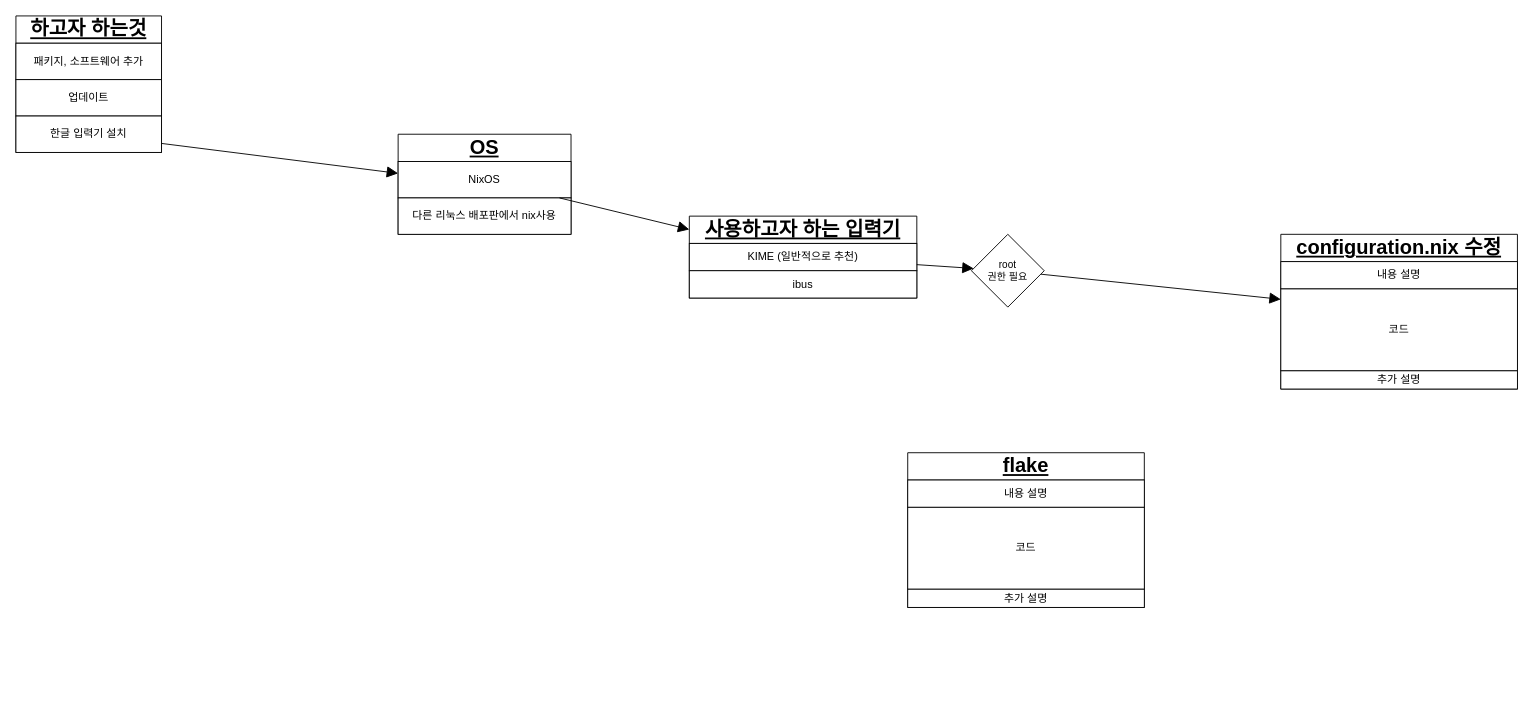
Earlier version of the draw.io diagram ex.drawio (k111s222/knix-decision-tree). Source tidied: cells renumbered, new cells numbered last; positions are measured from the earlier drawing's top-left corner, leaving out a move shared by most shapes. Both pictures are drawn from the tidied source at 91%, with x=0, y=0 at pixel (15, 15).
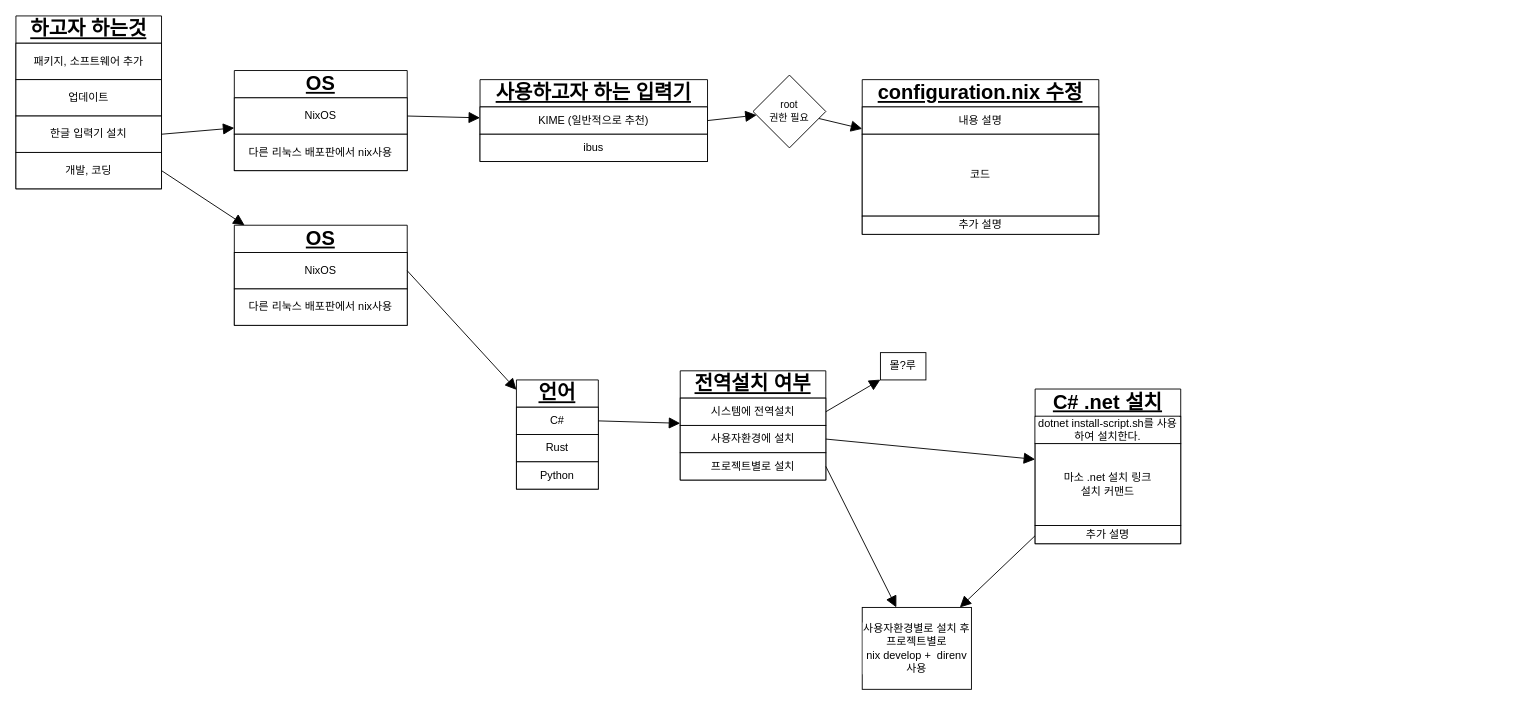
After the change.

The change refers to these unchanged cells:
```xml
<mxCell id="5" value="한글 입력기 설치" style="rounded=0;whiteSpace=wrap;html=1;" parent="2" vertex="1">
  <mxGeometry y="110" width="160" height="40" as="geometry" />
</mxCell>
<mxCell id="8" value="NixOS" style="rounded=0;whiteSpace=wrap;html=1;" parent="7" vertex="1">
  <mxGeometry y="30" width="190" height="40" as="geometry" />
</mxCell>
<mxCell id="14" value="KIME (일반적으로 추천)" style="rounded=0;whiteSpace=wrap;html=1;fontSize=12;" parent="13" vertex="1">
  <mxGeometry y="30" width="250" height="30" as="geometry" />
</mxCell>
```

Diff of the diagram source:
```diff
@@
     <mxCell id="2" value="하고자 하는것" style="swimlane;fontStyle=5;horizontal=1;startSize=30;whiteSpace=wrap;fontSize=22;html=1;spacing=2;" parent="1" vertex="1">
-      <mxGeometry width="160" height="150" as="geometry" />
+      <mxGeometry width="160" height="190" as="geometry" />
     </mxCell>
@@
+    <mxCell id="25" value="개발, 코딩" style="rounded=0;whiteSpace=wrap;html=1;" parent="2" vertex="1">
+      <mxGeometry y="150" width="160" height="40" as="geometry" />
+    </mxCell>
-    <mxCell id="6" style="rounded=0;jettySize=auto;html=1;endArrow=block;endFill=1;endSize=10;" parent="1" edge="1" source="5" target="7">
+    <mxCell id="6" style="rounded=0;jettySize=auto;html=1;endArrow=block;endFill=1;endSize=10;exitX=1;exitY=0.5;exitDx=0;exitDy=0;" parent="1" edge="1" source="5" target="7">
       <mxGeometry relative="1" as="geometry" />
     </mxCell>
     <mxCell id="7" value="&lt;div&gt;OS&lt;/div&gt;" style="swimlane;fontStyle=5;horizontal=1;startSize=30;whiteSpace=wrap;fontSize=22;html=1;spacing=2;" parent="1" vertex="1">
-      <mxGeometry x="420" y="130" width="190" height="110" as="geometry" />
+      <mxGeometry x="240" y="60" width="190" height="110" as="geometry" />
     </mxCell>
@@
-    <mxCell id="10" style="edgeStyle=none;shape=connector;rounded=0;jettySize=auto;html=1;strokeColor=default;align=center;verticalAlign=middle;fontFamily=Helvetica;fontSize=11;fontColor=default;labelBackgroundColor=default;endArrow=block;endFill=1;endSize=10;" parent="1" edge="1" source="8" target="13">
+    <mxCell id="10" style="edgeStyle=none;shape=connector;rounded=0;jettySize=auto;html=1;strokeColor=default;align=center;verticalAlign=middle;fontFamily=Helvetica;fontSize=11;fontColor=default;labelBackgroundColor=default;endArrow=block;endFill=1;endSize=10;exitX=1;exitY=0.5;exitDx=0;exitDy=0;" parent="1" edge="1" source="8" target="13">
       <mxGeometry relative="1" as="geometry" />
     </mxCell>
@@
     <mxCell id="12" value="root&lt;div&gt;권한 필요&lt;/div&gt;" style="rhombus;whiteSpace=wrap;html=1;fontFamily=Helvetica;fontSize=11;fontColor=default;labelBackgroundColor=default;" parent="1" vertex="1">
-      <mxGeometry x="1050" y="240" width="80" height="80" as="geometry" />
+      <mxGeometry x="810" y="65" width="80" height="80" as="geometry" />
     </mxCell>
     <mxCell id="13" value="사용하고자 하는 입력기" style="swimlane;fontStyle=5;horizontal=1;startSize=30;whiteSpace=wrap;fontSize=22;html=1;spacing=2;" parent="1" vertex="1">
-      <mxGeometry x="740" y="220" width="250" height="90" as="geometry" />
+      <mxGeometry x="510" y="70" width="250" height="90" as="geometry" />
     </mxCell>
@@
     <mxCell id="16" value="configuration.nix 수정" style="swimlane;fontStyle=5;horizontal=1;startSize=30;whiteSpace=wrap;fontSize=22;html=1;spacing=2;" parent="1" vertex="1">
-      <mxGeometry x="1390" y="240" width="260" height="170" as="geometry" />
+      <mxGeometry x="930" y="70" width="260" height="170" as="geometry" />
     </mxCell>
@@
-    <mxCell id="20" style="edgeStyle=none;shape=connector;rounded=0;jettySize=auto;html=1;strokeColor=default;align=center;verticalAlign=middle;fontFamily=Helvetica;fontSize=11;fontColor=default;labelBackgroundColor=default;endArrow=block;endFill=1;endSize=10;" parent="1" edge="1" source="14" target="12">
+    <mxCell id="20" style="edgeStyle=none;shape=connector;rounded=0;jettySize=auto;html=1;strokeColor=default;align=center;verticalAlign=middle;fontFamily=Helvetica;fontSize=11;fontColor=default;labelBackgroundColor=default;endArrow=block;endFill=1;endSize=10;exitX=1;exitY=0.5;exitDx=0;exitDy=0;" parent="1" edge="1" source="14" target="12">
       <mxGeometry relative="1" as="geometry" />
     </mxCell>
-    <mxCell id="21" value="flake" style="swimlane;fontStyle=5;horizontal=1;startSize=30;whiteSpace=wrap;fontSize=22;html=1;spacing=2;" parent="1" vertex="1">
-      <mxGeometry x="980" y="480" width="260" height="170" as="geometry" />
+    <mxCell id="21" value="언어" style="swimlane;fontStyle=5;horizontal=1;startSize=30;whiteSpace=wrap;fontSize=22;html=1;spacing=2;" parent="1" vertex="1">
+      <mxGeometry x="550" y="400" width="90" height="120" as="geometry" />
     </mxCell>
-    <mxCell id="22" value="내용 설명" style="rounded=0;whiteSpace=wrap;html=1;fontSize=12;" parent="21" vertex="1">
-      <mxGeometry y="30" width="260" height="30" as="geometry" />
+    <mxCell id="22" value="C#" style="rounded=0;whiteSpace=wrap;html=1;fontSize=12;" parent="21" vertex="1">
+      <mxGeometry y="30" width="90" height="30" as="geometry" />
     </mxCell>
-    <mxCell id="23" value="코드" style="rounded=0;whiteSpace=wrap;html=1;fontSize=12;" parent="21" vertex="1">
-      <mxGeometry y="60" width="260" height="90" as="geometry" />
-    </mxCell>
+    <mxCell id="26" value="Rust" style="rounded=0;whiteSpace=wrap;html=1;fontSize=12;" parent="21" vertex="1">
+      <mxGeometry y="60" width="90" height="30" as="geometry" />
+    </mxCell>
+    <mxCell id="27" value="Python" style="rounded=0;whiteSpace=wrap;html=1;fontSize=12;" parent="21" vertex="1">
+      <mxGeometry y="90" width="90" height="30" as="geometry" />
+    </mxCell>
+    <mxCell id="28" value="&lt;div&gt;OS&lt;/div&gt;" style="swimlane;fontStyle=5;horizontal=1;startSize=30;whiteSpace=wrap;fontSize=22;html=1;spacing=2;" parent="1" vertex="1">
+      <mxGeometry x="240" y="230" width="190" height="110" as="geometry" />
+    </mxCell>
+    <mxCell id="29" value="NixOS" style="rounded=0;whiteSpace=wrap;html=1;" parent="28" vertex="1">
+      <mxGeometry y="30" width="190" height="40" as="geometry" />
+    </mxCell>
+    <mxCell id="30" value="다른 리눅스 배포판에서 nix사용" style="rounded=0;whiteSpace=wrap;html=1;" parent="28" vertex="1">
+      <mxGeometry y="70" width="190" height="40" as="geometry" />
+    </mxCell>
+    <mxCell id="31" style="edgeStyle=none;shape=connector;rounded=0;jettySize=auto;html=1;strokeColor=default;align=center;verticalAlign=middle;fontFamily=Helvetica;fontSize=11;fontColor=default;labelBackgroundColor=default;endArrow=block;endFill=1;endSize=10;exitX=1;exitY=0.5;exitDx=0;exitDy=0;" parent="1" edge="1" source="25" target="28">
+      <mxGeometry relative="1" as="geometry" />
+    </mxCell>
+    <mxCell id="32" style="edgeStyle=none;shape=connector;rounded=0;jettySize=auto;html=1;strokeColor=default;align=center;verticalAlign=middle;fontFamily=Helvetica;fontSize=11;fontColor=default;labelBackgroundColor=default;endArrow=block;endFill=1;endSize=10;exitX=1;exitY=0.5;exitDx=0;exitDy=0;" parent="1" edge="1" source="29" target="21">
+      <mxGeometry relative="1" as="geometry" />
+    </mxCell>
+    <mxCell id="33" value="전역설치 여부" style="swimlane;fontStyle=5;horizontal=1;startSize=30;whiteSpace=wrap;fontSize=22;html=1;spacing=2;fontFamily=Helvetica;fontColor=default;labelBackgroundColor=default;" parent="1" vertex="1">
+      <mxGeometry x="730" y="390" width="160" height="120" as="geometry" />
+    </mxCell>
+    <mxCell id="34" value="시스템에 전역설치" style="rounded=0;whiteSpace=wrap;html=1;fontSize=12;fontFamily=Helvetica;fontColor=default;labelBackgroundColor=default;" parent="33" vertex="1">
+      <mxGeometry y="30" width="160" height="30" as="geometry" />
+    </mxCell>
+    <mxCell id="35" value="사용자환경에 설치" style="rounded=0;whiteSpace=wrap;html=1;fontSize=12;fontFamily=Helvetica;fontColor=default;labelBackgroundColor=default;" parent="33" vertex="1">
+      <mxGeometry y="60" width="160" height="30" as="geometry" />
+    </mxCell>
+    <mxCell id="36" value="프로젝트별로 설치" style="rounded=0;whiteSpace=wrap;html=1;fontSize=12;fontFamily=Helvetica;fontColor=default;labelBackgroundColor=default;" parent="33" vertex="1">
+      <mxGeometry y="90" width="160" height="30" as="geometry" />
+    </mxCell>
+    <mxCell id="37" style="edgeStyle=none;shape=connector;rounded=0;jettySize=auto;html=1;strokeColor=default;align=center;verticalAlign=middle;fontFamily=Helvetica;fontSize=11;fontColor=default;labelBackgroundColor=default;endArrow=block;endFill=1;endSize=10;exitX=1;exitY=0.5;exitDx=0;exitDy=0;" parent="1" edge="1" source="22" target="33">
+      <mxGeometry relative="1" as="geometry" />
+    </mxCell>
+    <mxCell id="38" value="몰?루" style="rounded=0;whiteSpace=wrap;html=1;fontSize=12;fontFamily=Helvetica;fontColor=default;labelBackgroundColor=default;" parent="1" vertex="1">
+      <mxGeometry x="950" y="370" width="50" height="30" as="geometry" />
+    </mxCell>
+    <mxCell id="39" style="edgeStyle=none;shape=connector;rounded=0;jettySize=auto;html=1;strokeColor=default;align=center;verticalAlign=middle;fontFamily=Helvetica;fontSize=11;fontColor=default;labelBackgroundColor=default;endArrow=block;endFill=1;endSize=10;exitX=1;exitY=0.5;exitDx=0;exitDy=0;" parent="1" edge="1" source="34" target="38">
+      <mxGeometry relative="1" as="geometry" />
+    </mxCell>
+    <mxCell id="40" value="사용자환경별로 설치 후&lt;div&gt;프로젝트별로&lt;/div&gt;&lt;div&gt;nix develop +&amp;nbsp; direnv 사용&lt;/div&gt;" style="rounded=0;whiteSpace=wrap;html=1;fontSize=12;fontFamily=Helvetica;fontColor=default;labelBackgroundColor=default;" parent="1" vertex="1">
+      <mxGeometry x="930" y="650" width="120" height="90" as="geometry" />
+    </mxCell>
+    <mxCell id="41" style="edgeStyle=none;shape=connector;rounded=0;jettySize=auto;html=1;strokeColor=default;align=center;verticalAlign=middle;fontFamily=Helvetica;fontSize=11;fontColor=default;labelBackgroundColor=default;endArrow=block;endFill=1;endSize=10;exitX=1;exitY=0.5;exitDx=0;exitDy=0;" parent="1" edge="1" source="36" target="40">
+      <mxGeometry relative="1" as="geometry" />
+    </mxCell>
+    <mxCell id="42" style="edgeStyle=none;shape=connector;rounded=0;jettySize=auto;html=1;strokeColor=default;align=center;verticalAlign=middle;fontFamily=Helvetica;fontSize=11;fontColor=default;labelBackgroundColor=default;endArrow=block;endFill=1;endSize=10;" parent="1" edge="1" source="43" target="40">
+      <mxGeometry relative="1" as="geometry" />
+    </mxCell>
+    <mxCell id="43" value="C# .net 설치" style="swimlane;fontStyle=5;horizontal=1;startSize=30;whiteSpace=wrap;fontSize=22;html=1;spacing=2;fontFamily=Helvetica;fontColor=default;labelBackgroundColor=default;" parent="1" vertex="1">
+      <mxGeometry x="1120" y="410" width="160" height="170" as="geometry" />
+    </mxCell>
+    <mxCell id="44" value="dotnet install-script.sh를 사용하여 설치한다." style="rounded=0;whiteSpace=wrap;html=1;fontSize=12;fontFamily=Helvetica;fontColor=default;labelBackgroundColor=default;" parent="43" vertex="1">
+      <mxGeometry y="30" width="160" height="30" as="geometry" />
+    </mxCell>
+    <mxCell id="45" value="마소 .net 설치 링크&lt;div&gt;설치 커맨드&lt;/div&gt;" style="rounded=0;whiteSpace=wrap;html=1;fontSize=12;fontFamily=Helvetica;fontColor=default;labelBackgroundColor=default;" parent="43" vertex="1">
+      <mxGeometry y="60" width="160" height="90" as="geometry" />
+    </mxCell>
-    <mxCell id="24" value="추가 설명" style="rounded=0;whiteSpace=wrap;html=1;fontSize=12;" parent="21" vertex="1">
-      <mxGeometry y="150" width="260" height="20" as="geometry" />
+    <mxCell id="24" value="추가 설명" style="rounded=0;whiteSpace=wrap;html=1;fontSize=12;fontFamily=Helvetica;fontColor=default;labelBackgroundColor=default;" parent="43" vertex="1">
+      <mxGeometry y="150" width="160" height="20" as="geometry" />
     </mxCell>
+    <mxCell id="46" style="edgeStyle=none;shape=connector;rounded=0;jettySize=auto;html=1;exitX=1;exitY=0.5;exitDx=0;exitDy=0;strokeColor=default;align=center;verticalAlign=middle;fontFamily=Helvetica;fontSize=11;fontColor=default;labelBackgroundColor=default;endArrow=block;endFill=1;endSize=10;" parent="1" edge="1" source="35" target="43">
+      <mxGeometry relative="1" as="geometry" />
+    </mxCell>
```
